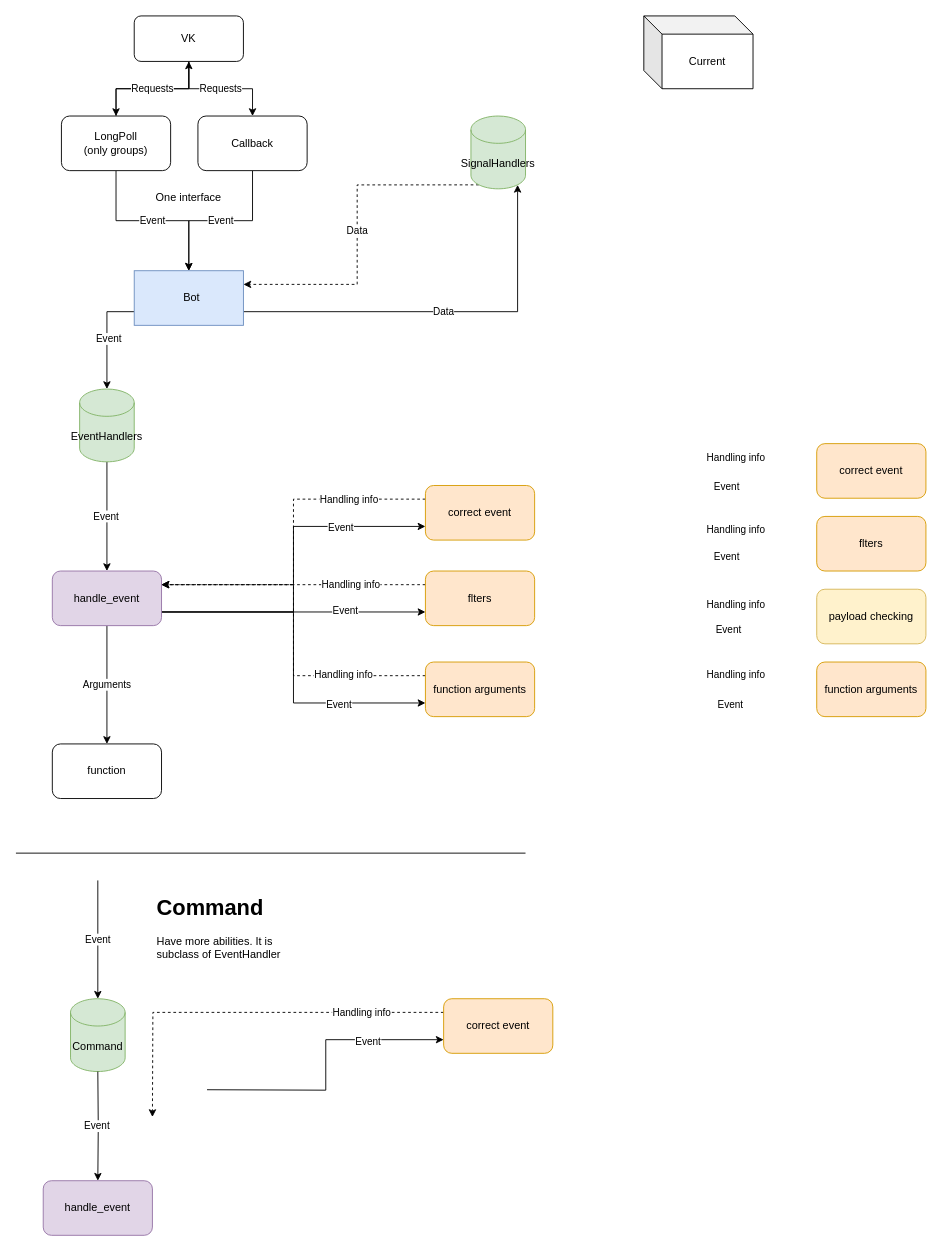
Earlier version of the draw.io diagram Untitled Diagram.drawio (deknowny/vk_dev). Source tidied: cells renumbered, new cells numbered last; positions are measured from the earlier drawing's top-left corner, leaving out a move shared by most shapes. Both pictures are drawn from the tidied source at 91%, with x=0, y=0 at pixel (15, 15).
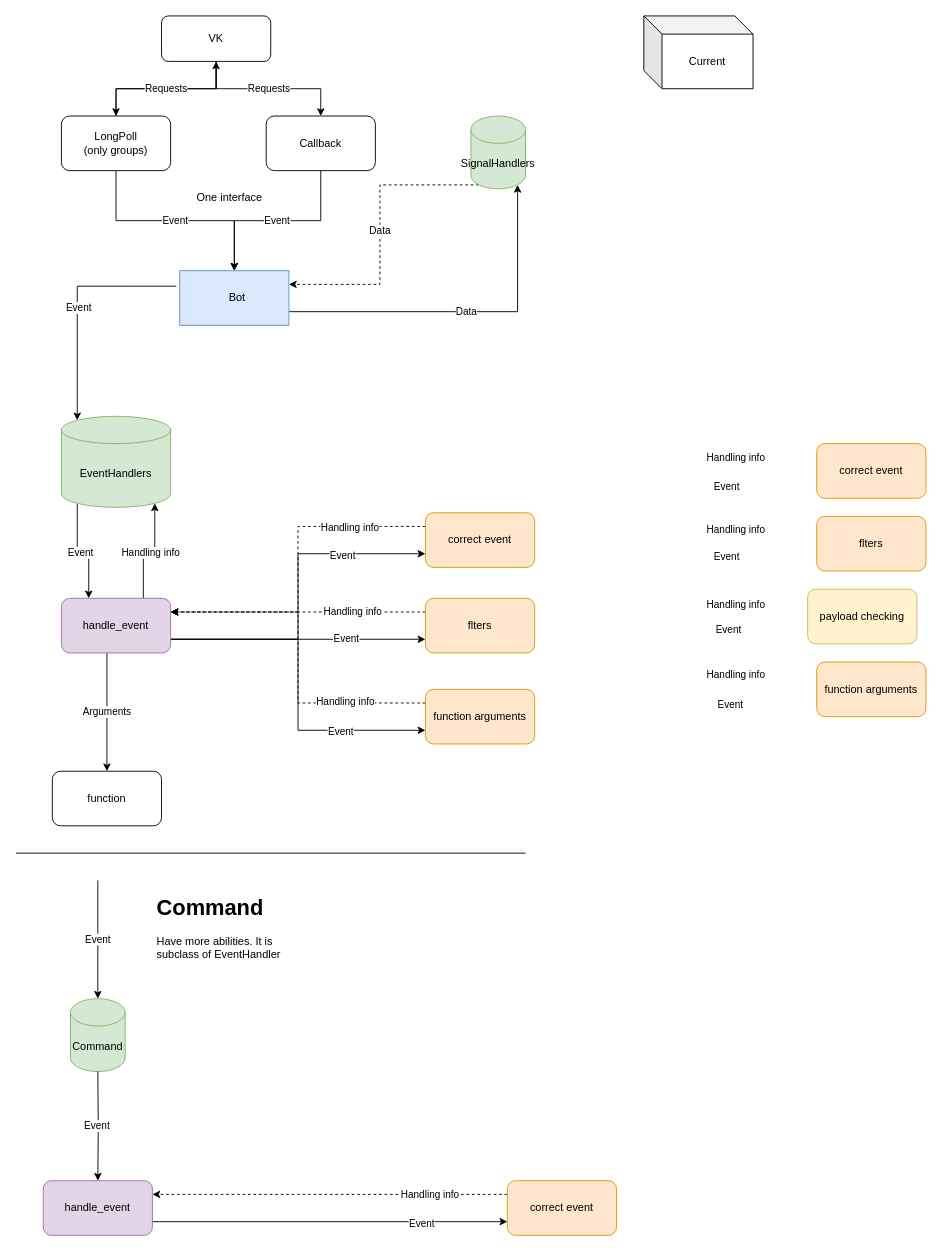
After the change.

The change refers to these unchanged cells:
```xml
<mxCell id="60" value="handle_event" style="rounded=1;whiteSpace=wrap;html=1;fillColor=#e1d5e7;strokeColor=#9673a6;" parent="1" vertex="1">
  <mxGeometry x="30" y="1280" width="120" height="60" as="geometry" />
</mxCell>
```

Diff of the diagram source:
```diff
@@
-    <mxCell id="2" style="edgeStyle=orthogonalEdgeStyle;rounded=0;jettySize=auto;html=1;exitX=1;exitY=0.25;exitDx=0;exitDy=0;" parent="1" edge="1" source="5" target="24">
+    <mxCell id="2" style="edgeStyle=orthogonalEdgeStyle;rounded=0;jettySize=auto;html=1;exitX=1.031;exitY=0.717;exitDx=0;exitDy=0;exitPerimeter=0;entryX=0.145;entryY=0;entryDx=0;entryDy=4.35;entryPerimeter=0;" parent="1" edge="1" source="5" target="24">
       <mxGeometry relative="1" as="geometry" />
     </mxCell>
@@
     <mxCell id="5" value="&amp;nbsp; Bot" style="rounded=0;whiteSpace=wrap;html=1;direction=west;fillColor=#dae8fc;strokeColor=#6c8ebf;" parent="1" vertex="1">
-      <mxGeometry x="130" y="280" width="120" height="60" as="geometry" />
+      <mxGeometry x="180" y="280" width="120" height="60" as="geometry" />
     </mxCell>
@@
     <mxCell id="10" value="Callback" style="rounded=1;whiteSpace=wrap;html=1;" parent="1" vertex="1">
-      <mxGeometry x="200" y="110" width="120" height="60" as="geometry" />
+      <mxGeometry x="275" y="110" width="120" height="60" as="geometry" />
     </mxCell>
@@
+    <mxCell id="63" value="Handling info" style="edgeStyle=orthogonalEdgeStyle;rounded=0;jettySize=auto;html=1;exitX=0.75;exitY=0;exitDx=0;exitDy=0;entryX=0.855;entryY=1;entryDx=0;entryDy=-4.35;entryPerimeter=0;" parent="1" edge="1" source="18" target="24">
+      <mxGeometry relative="1" as="geometry" />
+    </mxCell>
     <mxCell id="18" value="handle_event" style="rounded=1;whiteSpace=wrap;html=1;fillColor=#e1d5e7;strokeColor=#9673a6;" parent="1" vertex="1">
-      <mxGeometry x="40" y="610" width="120" height="60" as="geometry" />
+      <mxGeometry x="50" y="640" width="120" height="60" as="geometry" />
     </mxCell>
@@
     <mxCell id="21" value="VK" style="rounded=1;whiteSpace=wrap;html=1;" parent="1" vertex="1">
-      <mxGeometry x="130" width="120" height="50" as="geometry" />
+      <mxGeometry x="160" width="120" height="50" as="geometry" />
     </mxCell>
-    <mxCell id="22" style="edgeStyle=orthogonalEdgeStyle;rounded=0;jettySize=auto;html=1;entryX=0.5;entryY=0;entryDx=0;entryDy=0;" parent="1" edge="1" source="24" target="18">
-      <mxGeometry relative="1" as="geometry" />
-    </mxCell>
-    <mxCell id="23" value="Event" style="edgeLabel;html=1;align=center;verticalAlign=middle;" parent="22" vertex="1">
-      <mxGeometry x="-0.02" y="-2" relative="1" as="geometry" />
+    <mxCell id="23" value="Event" style="edgeStyle=orthogonalEdgeStyle;rounded=0;jettySize=auto;html=1;exitX=0.145;exitY=1;exitDx=0;exitDy=-4.35;exitPerimeter=0;entryX=0.25;entryY=0;entryDx=0;entryDy=0;" parent="1" edge="1" source="24" target="18">
+      <mxGeometry relative="1" as="geometry" />
     </mxCell>
     <mxCell id="24" value="EventHandlers" style="shape=cylinder3;whiteSpace=wrap;html=1;boundedLbl=1;backgroundOutline=1;size=15;fillColor=#d5e8d4;strokeColor=#82b366;" parent="1" vertex="1">
-      <mxGeometry x="70" y="410" width="60" height="80" as="geometry" />
+      <mxGeometry x="50" y="440" width="120" height="100" as="geometry" />
     </mxCell>
@@
     <mxCell id="30" value="flters" style="whiteSpace=wrap;html=1;rounded=1;fillColor=#ffe6cc;strokeColor=#d79b00;" parent="1" vertex="1">
-      <mxGeometry x="450" y="610" width="120" height="60" as="geometry" />
+      <mxGeometry x="450" y="640" width="120" height="60" as="geometry" />
     </mxCell>
     <mxCell id="31" value="function" style="whiteSpace=wrap;html=1;rounded=1;" parent="1" vertex="1">
-      <mxGeometry x="40" y="800" width="120" height="60" as="geometry" />
+      <mxGeometry x="40" y="830" width="120" height="60" as="geometry" />
     </mxCell>
@@
     <mxCell id="34" value="correct event" style="rounded=1;whiteSpace=wrap;html=1;fillColor=#ffe6cc;strokeColor=#d79b00;" parent="1" vertex="1">
-      <mxGeometry x="450" y="516" width="120" height="60" as="geometry" />
+      <mxGeometry x="450" y="546" width="120" height="60" as="geometry" />
     </mxCell>
@@
     <mxCell id="37" value="function arguments" style="rounded=1;whiteSpace=wrap;html=1;fillColor=#ffe6cc;strokeColor=#d79b00;" parent="1" vertex="1">
-      <mxGeometry x="450" y="710" width="120" height="60" as="geometry" />
+      <mxGeometry x="450" y="740" width="120" height="60" as="geometry" />
     </mxCell>
     <mxCell id="38" value="One interface" style="text;html=1;strokeColor=none;fillColor=none;align=center;verticalAlign=middle;whiteSpace=wrap;rounded=0;" parent="1" vertex="1">
-      <mxGeometry x="150" y="190" width="80" height="20" as="geometry" />
+      <mxGeometry x="195" y="190" width="80" height="20" as="geometry" />
     </mxCell>
@@
     <mxCell id="50" value="payload checking" style="rounded=1;whiteSpace=wrap;html=1;fillColor=#fff2cc;strokeColor=#d6b656;" parent="1" vertex="1">
-      <mxGeometry x="880" y="630" width="120" height="60" as="geometry" />
+      <mxGeometry x="870" y="630" width="120" height="60" as="geometry" />
     </mxCell>
@@
-    <mxCell id="55" style="edgeStyle=orthogonalEdgeStyle;rounded=0;jettySize=auto;html=1;entryX=0;entryY=0.75;entryDx=0;entryDy=0;" parent="1" edge="1" target="59">
-      <mxGeometry relative="1" as="geometry">
-        <mxPoint x="210" y="1180" as="sourcePoint" />
-      </mxGeometry>
+    <mxCell id="55" style="edgeStyle=orthogonalEdgeStyle;rounded=0;jettySize=auto;html=1;entryX=0;entryY=0.75;entryDx=0;entryDy=0;exitX=1;exitY=0.75;exitDx=0;exitDy=0;" parent="1" edge="1" source="60" target="59">
+      <mxGeometry relative="1" as="geometry" />
     </mxCell>
@@
-    <mxCell id="57" style="edgeStyle=orthogonalEdgeStyle;rounded=0;jettySize=auto;html=1;exitX=0;exitY=0.25;exitDx=0;exitDy=0;dashed=1;" parent="1" edge="1" source="59">
-      <mxGeometry relative="1" as="geometry">
-        <mxPoint x="150" y="1210" as="targetPoint" />
-      </mxGeometry>
+    <mxCell id="57" style="edgeStyle=orthogonalEdgeStyle;rounded=0;jettySize=auto;html=1;exitX=0;exitY=0.25;exitDx=0;exitDy=0;dashed=1;entryX=1;entryY=0.25;entryDx=0;entryDy=0;" parent="1" edge="1" source="59" target="60">
+      <mxGeometry relative="1" as="geometry" />
     </mxCell>
@@
     <mxCell id="59" value="correct event" style="rounded=1;whiteSpace=wrap;html=1;fillColor=#ffe6cc;strokeColor=#d79b00;" parent="1" vertex="1">
-      <mxGeometry x="470" y="1080" width="120" height="60" as="geometry" />
+      <mxGeometry x="540" y="1280" width="120" height="60" as="geometry" />
     </mxCell>
```
